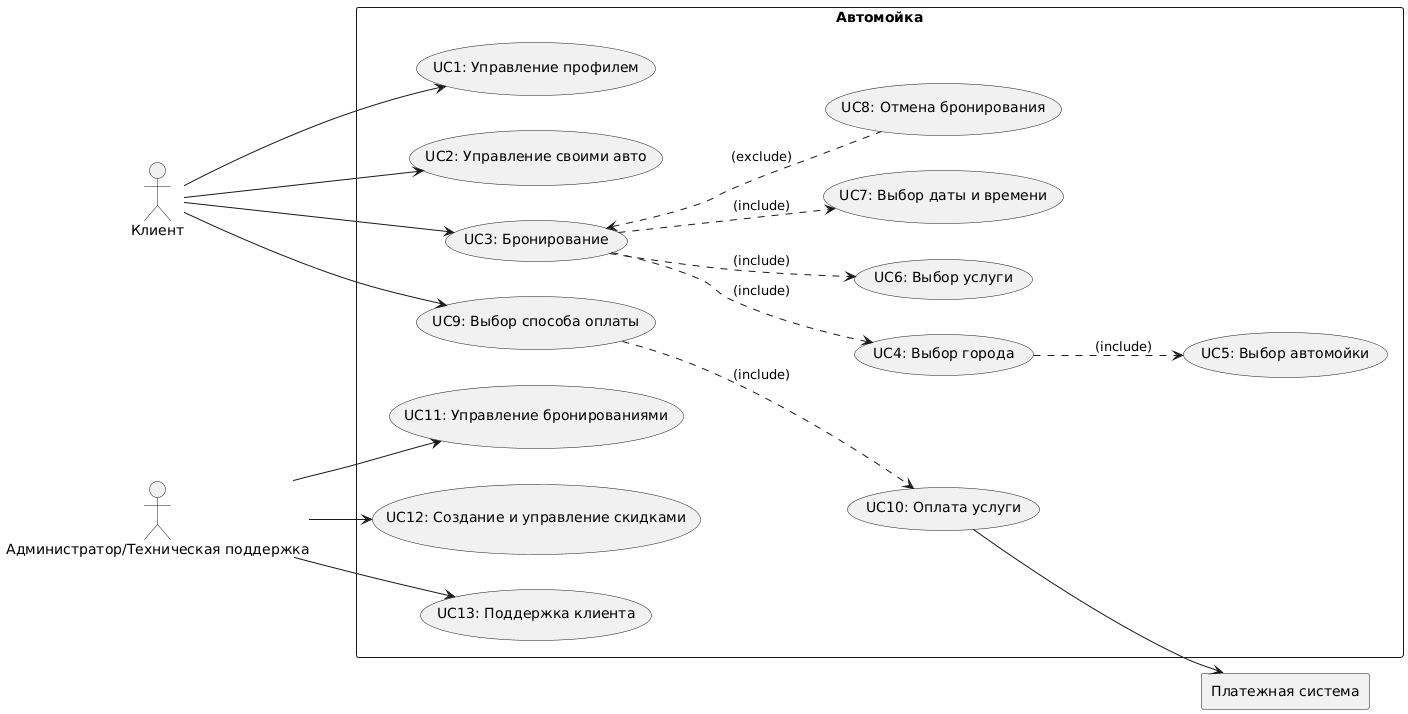
MovingX/Integration-of-information-systems keeps this PlantUML diagram as UserCase_Diagrama.png. Above is the earlier version. The source it was exported from:
```plantuml
@startuml
left to right direction
actor "Клиент" as client
actor "Администратор/Техническая поддержка" as adminSupport
rectangle "Платежная система" as paymentSystem

rectangle Автомойка {
  usecase "UC1: Управление профилем" as UC1
  usecase "UC2: Управление своими авто" as UC2
  usecase "UC3: Бронирование" as UC3

  usecase "UC4: Выбор города" as UC4
  usecase "UC5: Выбор автомойки" as UC5
  usecase "UC6: Выбор услуги" as UC6
  usecase "UC7: Выбор даты и времени" as UC7
  usecase "UC8: Отмена бронирования" as UC8

  usecase "UC9: Выбор способа оплаты" as UC9
  usecase "UC10: Оплата услуги" as UC10

  usecase "UC11: Управление бронированиями" as UC11
  usecase "UC12: Создание и управление скидками" as UC12
  usecase "UC13: Поддержка клиента" as UC13
}


client --> UC1
client --> UC2
client --> UC3

UC3 ..> UC4:(include)
UC4 ..> UC5:(include)
UC3 ..> UC6:(include)
UC3 ..> UC7:(include)
UC3 <.. UC8:(exclude)

client --> UC9
UC9 ..> UC10:(include)

adminSupport --> UC11
adminSupport --> UC12
adminSupport --> UC13


UC10 --> paymentSystem
@enduml
```
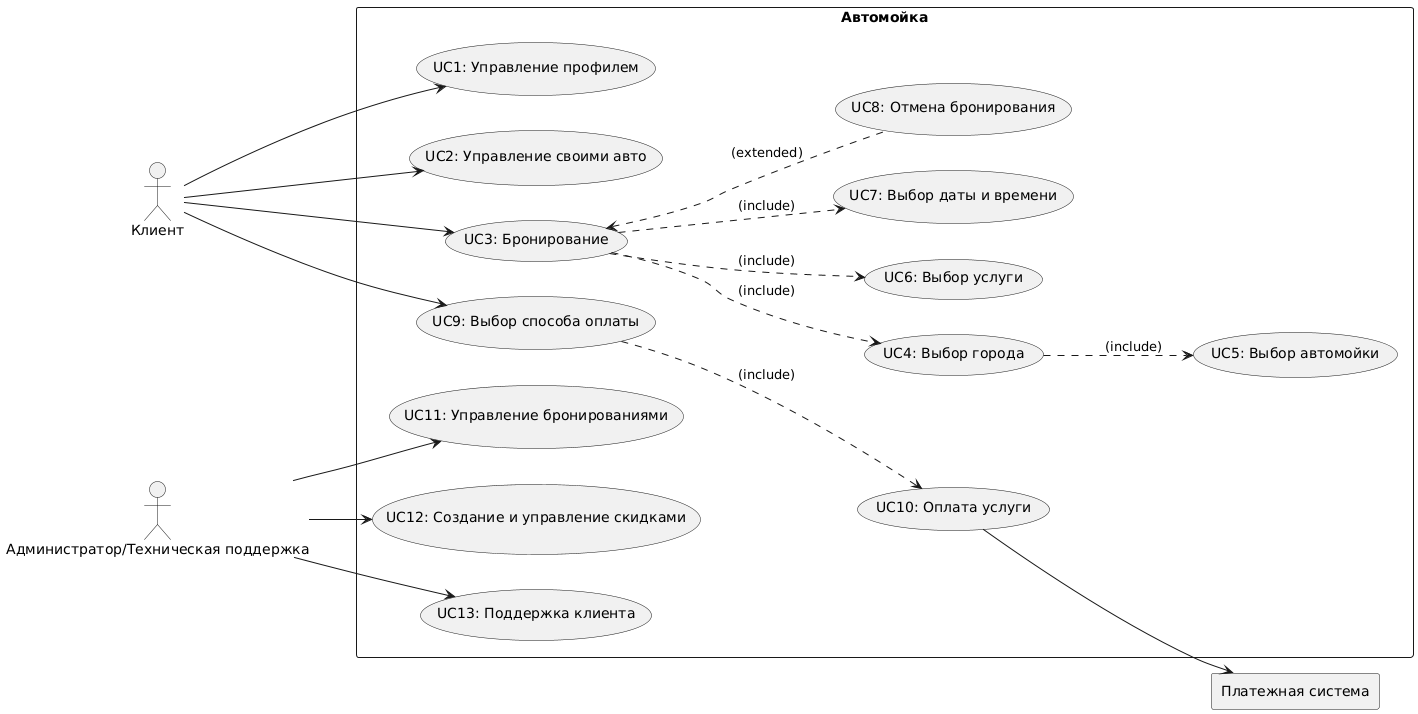
Above is the later version.

The edit, as a diff of the source:
```diff
@@ -32,7 +32,7 @@
 UC4 ..> UC5:(include)
 UC3 ..> UC6:(include)
 UC3 ..> UC7:(include)
-UC3 <.. UC8:(exclude)
+UC3 <.. UC8:(extended)
 
 client --> UC9
 UC9 ..> UC10:(include)
```
